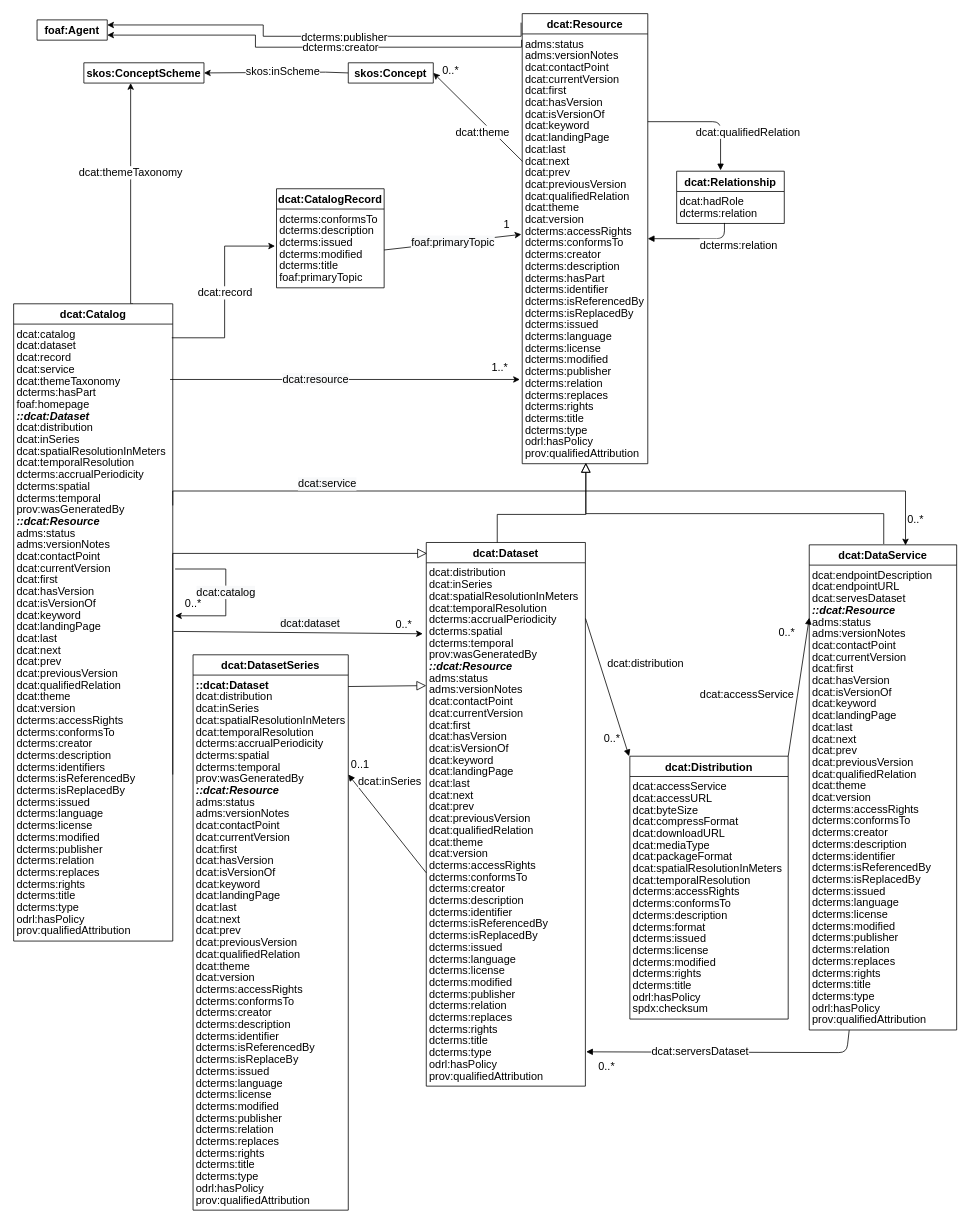
Above: dcat/images/dcat-all-attributes.drawio in w3c/dxwg (draw.io), before the change. Source tidied: cells renumbered, new cells numbered last; positions are measured from the earlier drawing's top-left corner, leaving out a move shared by most shapes. Both pictures are drawn from the tidied source at 78%, with x=0, y=0 at pixel (13, 13).
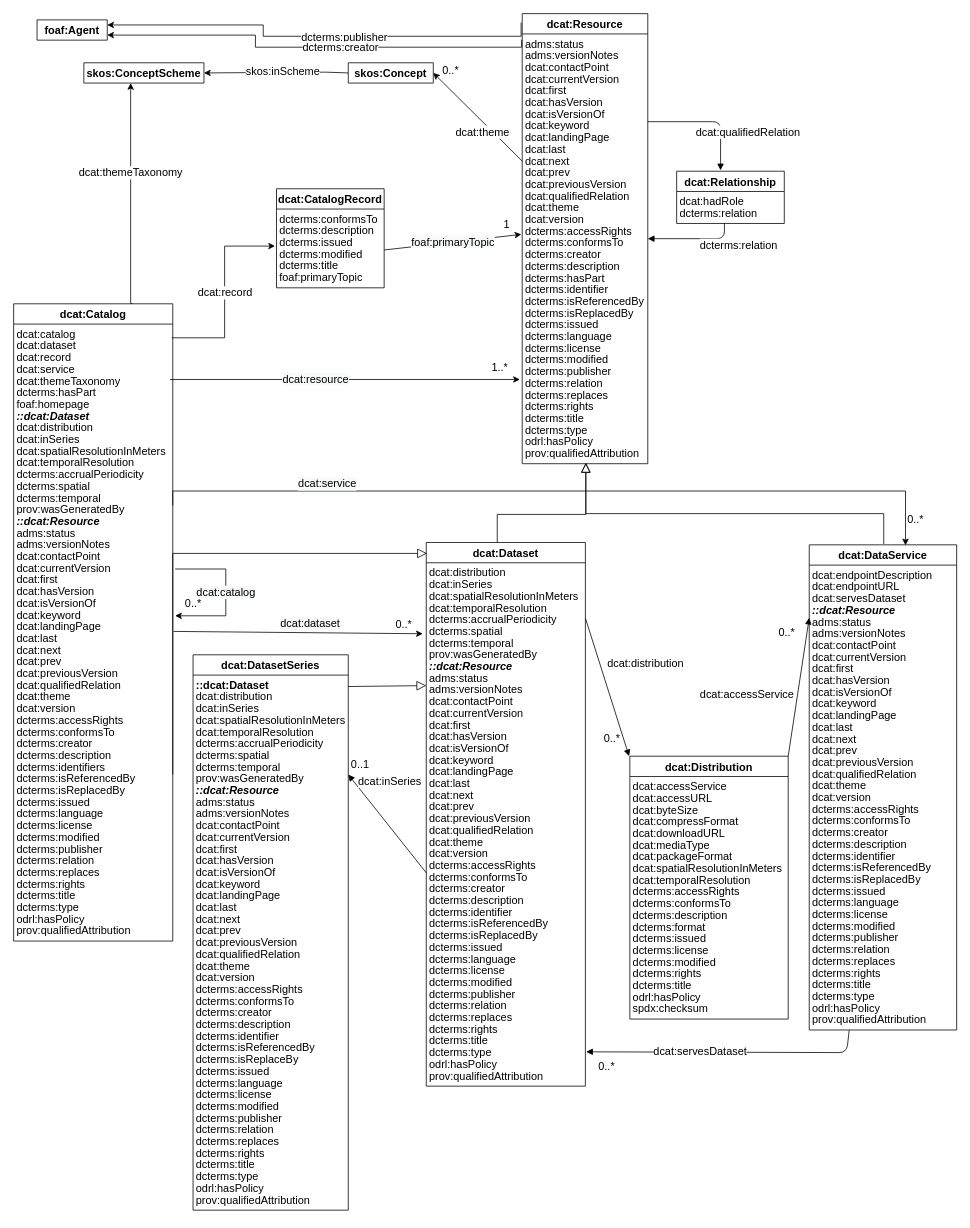
The same page after the edit.

Commit message (it also covers changes not shown here):
fixes the typo serversDataset -> servesDataset

Unchanged cells that the change refers to:
```xml
<mxCell id="202" style="endArrow=block;endFill=1;html=1;align=left;verticalAlign=top;fontSize=14;exitX=0.271;exitY=1.011;exitDx=0;exitDy=0;exitPerimeter=0;spacing=0;entryX=1.005;entryY=-0.2;entryDx=0;entryDy=0;entryPerimeter=0;" parent="1" edge="1" source="199" target="158">
  <mxGeometry x="-1" relative="1" as="geometry">
    <Array as="points">
      <mxPoint x="1068" y="1332" />
    </Array>
  </mxGeometry>
</mxCell>
```

What changed in the source:
```diff
@@
-    <mxCell id="204" value="dcat:serversDataset" style="edgeLabel;html=1;align=center;verticalAlign=middle;fontSize=14;spacing=0;" parent="202" vertex="1">
+    <mxCell id="204" value="dcat:servesDataset" style="edgeLabel;html=1;align=center;verticalAlign=middle;fontSize=14;spacing=0;" parent="202" vertex="1">
       <mxGeometry x="0.13" y="-1" relative="1" as="geometry">
         <mxPoint x="-12" as="offset" />
       </mxGeometry>
     </mxCell>
```
